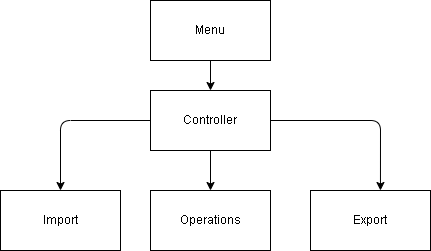
This is diagram.drawio.png from Den-m1985/Python_Wome_work_Adress, a draw.io export, as it was before one commit. Source tidied: cells renumbered, new cells last; positions are measured from the earlier drawing's top-left corner, leaving out a move shared by most shapes. Source of this version:
```xml
<mxGraphModel>
  <root>
    <mxCell id="0" />
    <mxCell id="1" parent="0" />
    <mxCell id="2" style="edgeStyle=none;html=1;" parent="1" edge="1" source="3" target="7">
      <mxGeometry relative="1" as="geometry" />
    </mxCell>
    <mxCell id="3" value="Menu" style="rounded=0;whiteSpace=wrap;html=1;" parent="1" vertex="1">
      <mxGeometry x="150" width="120" height="60" as="geometry" />
    </mxCell>
    <mxCell id="4" style="edgeStyle=none;html=1;" parent="1" edge="1" source="7" target="8">
      <mxGeometry relative="1" as="geometry" />
    </mxCell>
    <mxCell id="5" style="edgeStyle=none;html=1;entryX=0.5;entryY=0;entryDx=0;entryDy=0;" parent="1" edge="1" source="7" target="9">
      <mxGeometry relative="1" as="geometry">
        <Array as="points">
          <mxPoint x="60" y="120" />
        </Array>
      </mxGeometry>
    </mxCell>
    <mxCell id="6" style="edgeStyle=none;html=1;entryX=0.583;entryY=0;entryDx=0;entryDy=0;entryPerimeter=0;" parent="1" edge="1" source="7" target="10">
      <mxGeometry relative="1" as="geometry">
        <Array as="points">
          <mxPoint x="380" y="120" />
        </Array>
      </mxGeometry>
    </mxCell>
    <mxCell id="7" value="Controller" style="whiteSpace=wrap;html=1;rounded=0;" parent="1" vertex="1">
      <mxGeometry x="150" y="90" width="120" height="60" as="geometry" />
    </mxCell>
    <mxCell id="8" value="Operations" style="whiteSpace=wrap;html=1;rounded=0;" parent="1" vertex="1">
      <mxGeometry x="150" y="190" width="120" height="60" as="geometry" />
    </mxCell>
    <mxCell id="9" value="Import" style="whiteSpace=wrap;html=1;rounded=0;" parent="1" vertex="1">
      <mxGeometry y="190" width="120" height="60" as="geometry" />
    </mxCell>
    <mxCell id="10" value="Export" style="whiteSpace=wrap;html=1;rounded=0;" parent="1" vertex="1">
      <mxGeometry x="310" y="190" width="120" height="60" as="geometry" />
    </mxCell>
  </root>
</mxGraphModel>
```
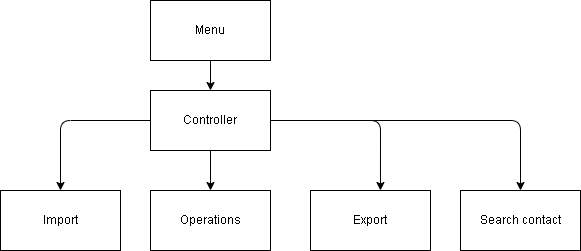
The same file after the commit.

Commit message:
Финальная диаграмма

Diff of the diagram source:
```diff
@@ -25,6 +25,13 @@
         </Array>
       </mxGeometry>
     </mxCell>
+    <mxCell id="11" style="edgeStyle=none;html=1;" parent="1" edge="1" source="7" target="12">
+      <mxGeometry relative="1" as="geometry">
+        <Array as="points">
+          <mxPoint x="520" y="120" />
+        </Array>
+      </mxGeometry>
+    </mxCell>
     <mxCell id="7" value="Controller" style="whiteSpace=wrap;html=1;rounded=0;" parent="1" vertex="1">
       <mxGeometry x="150" y="90" width="120" height="60" as="geometry" />
     </mxCell>
@@ -37,5 +44,8 @@
     <mxCell id="10" value="Export" style="whiteSpace=wrap;html=1;rounded=0;" parent="1" vertex="1">
       <mxGeometry x="310" y="190" width="120" height="60" as="geometry" />
     </mxCell>
+    <mxCell id="12" value="Search contact" style="whiteSpace=wrap;html=1;rounded=0;" parent="1" vertex="1">
+      <mxGeometry x="460" y="190" width="120" height="60" as="geometry" />
+    </mxCell>
   </root>
 </mxGraphModel>
```
